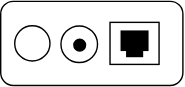
Before: images/physicalComponents/modem.svg, a diagram exported from draw.io (SophieLydia/MT_prototype). Source tidied: cells renumbered, new cells last; positions are measured from the earlier drawing's top-left corner, leaving out a move shared by most shapes. Its diagram source:
```xml
<mxGraphModel>
  <root>
    <mxCell id="0" />
    <mxCell id="1" parent="0" />
    <mxCell id="2" style="rounded=1;whiteSpace=wrap;html=1;" parent="1" vertex="1">
      <mxGeometry y="0.4" width="130" height="60" as="geometry" />
    </mxCell>
    <mxCell id="3" style="ellipse;whiteSpace=wrap;html=1;fillColor=#FFFFFF;gradientColor=none;" parent="1" vertex="1">
      <mxGeometry x="10" y="17.8" width="25.1" height="25.1" as="geometry" />
    </mxCell>
    <mxCell id="4" style="group;" parent="1" vertex="1">
      <mxGeometry x="43" y="18" width="27" height="26.1" as="geometry" />
    </mxCell>
    <mxCell id="5" style="ellipse;whiteSpace=wrap;html=1;" parent="4" vertex="1">
      <mxGeometry width="26.1" height="26.1" as="geometry" />
    </mxCell>
    <mxCell id="6" style="ellipse;whiteSpace=wrap;html=1;fillColor=#000000;gradientColor=none;" parent="4" vertex="1">
      <mxGeometry x="9.2" y="9.5" width="8.4" height="8.4" as="geometry" />
    </mxCell>
    <mxCell id="7" style="group;" parent="1" vertex="1">
      <mxGeometry x="78" y="15.4" width="35" height="30" as="geometry" />
    </mxCell>
    <mxCell id="8" style="rounded=0;whiteSpace=wrap;html=1;fillColor=#FFFFFF;gradientColor=none;" parent="7" vertex="1">
      <mxGeometry width="35" height="30" as="geometry" />
    </mxCell>
    <mxCell id="9" style="rounded=0;whiteSpace=wrap;html=1;fillColor=#000000;gradientColor=none;strokeColor=#FFFFFF;" parent="7" vertex="1">
      <mxGeometry x="7" y="5.2" width="21" height="15.8" as="geometry" />
    </mxCell>
    <mxCell id="10" style="rounded=0;whiteSpace=wrap;html=1;strokeColor=#000000;fillColor=#000000;gradientColor=none;" parent="7" vertex="1">
      <mxGeometry x="12" y="17.6" width="11.2" height="6.8" as="geometry" />
    </mxCell>
  </root>
</mxGraphModel>
```
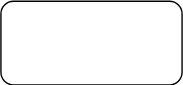
Later version of the same file.

Diff of the diagram source:
```diff
@@ -2,32 +2,8 @@
   <root>
     <mxCell id="0" />
     <mxCell id="1" parent="0" />
-    <mxCell id="2" style="rounded=1;whiteSpace=wrap;html=1;" parent="1" vertex="1">
+    <mxCell id="2" style="rounded=1;whiteSpace=wrap;html=1;fillColor=#FFFFFF;" parent="1" vertex="1">
       <mxGeometry y="0.4" width="130" height="60" as="geometry" />
     </mxCell>
-    <mxCell id="3" style="ellipse;whiteSpace=wrap;html=1;fillColor=#FFFFFF;gradientColor=none;" parent="1" vertex="1">
-      <mxGeometry x="10" y="17.8" width="25.1" height="25.1" as="geometry" />
-    </mxCell>
-    <mxCell id="4" style="group;" parent="1" vertex="1">
-      <mxGeometry x="43" y="18" width="27" height="26.1" as="geometry" />
-    </mxCell>
-    <mxCell id="5" style="ellipse;whiteSpace=wrap;html=1;" parent="4" vertex="1">
-      <mxGeometry width="26.1" height="26.1" as="geometry" />
-    </mxCell>
-    <mxCell id="6" style="ellipse;whiteSpace=wrap;html=1;fillColor=#000000;gradientColor=none;" parent="4" vertex="1">
-      <mxGeometry x="9.2" y="9.5" width="8.4" height="8.4" as="geometry" />
-    </mxCell>
-    <mxCell id="7" style="group;" parent="1" vertex="1">
-      <mxGeometry x="78" y="15.4" width="35" height="30" as="geometry" />
-    </mxCell>
-    <mxCell id="8" style="rounded=0;whiteSpace=wrap;html=1;fillColor=#FFFFFF;gradientColor=none;" parent="7" vertex="1">
-      <mxGeometry width="35" height="30" as="geometry" />
-    </mxCell>
-    <mxCell id="9" style="rounded=0;whiteSpace=wrap;html=1;fillColor=#000000;gradientColor=none;strokeColor=#FFFFFF;" parent="7" vertex="1">
-      <mxGeometry x="7" y="5.2" width="21" height="15.8" as="geometry" />
-    </mxCell>
-    <mxCell id="10" style="rounded=0;whiteSpace=wrap;html=1;strokeColor=#000000;fillColor=#000000;gradientColor=none;" parent="7" vertex="1">
-      <mxGeometry x="12" y="17.6" width="11.2" height="6.8" as="geometry" />
-    </mxCell>
   </root>
 </mxGraphModel>
```
